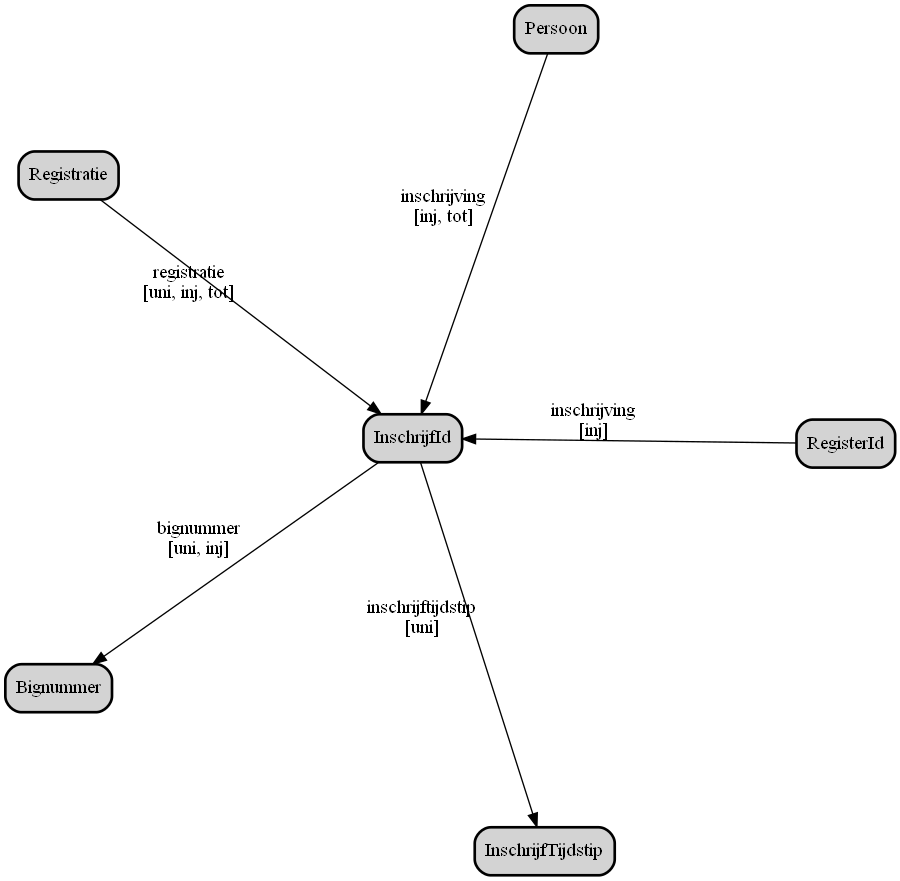
The Graphviz diagram docs/images/CDConceptInschrijfId.png in gedelaar/BIG, before a commit. Its source is kept beside it as docs/images/CDConceptInschrijfId.gv.
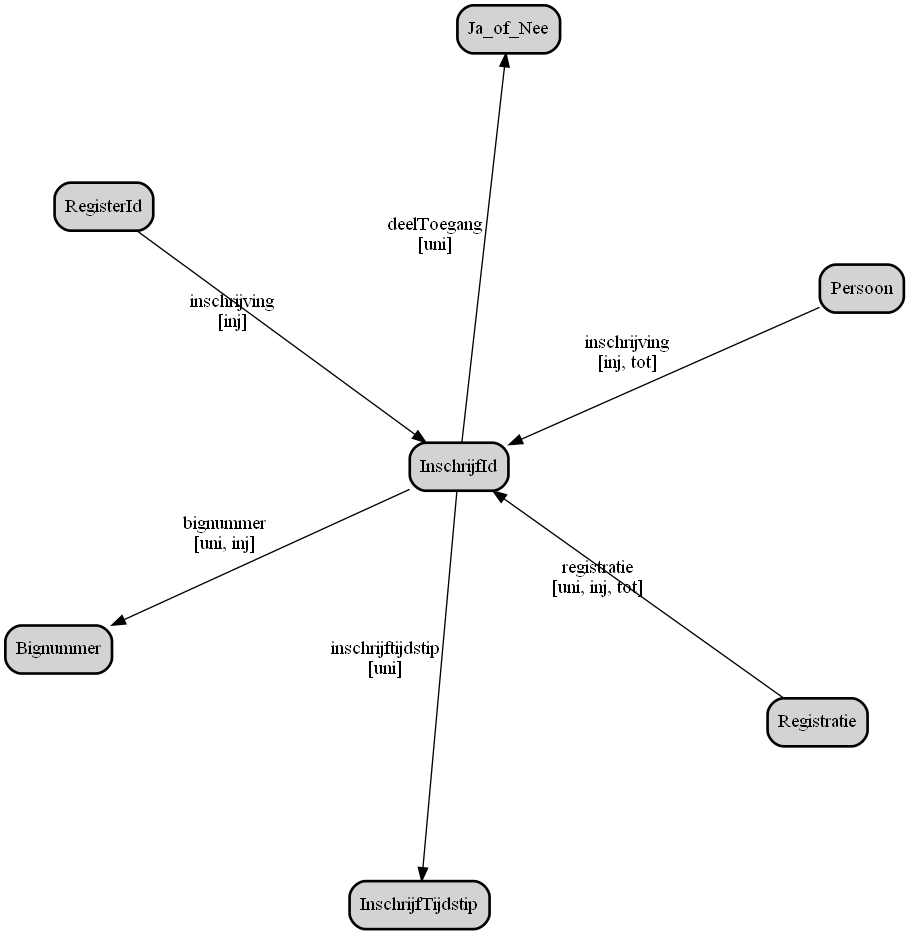
Above is the later version.

What changed in the source:
```diff
@@ -24,10 +24,12 @@
 	cpt_2 -> cpt_1	[label="bignummer\n[uni, inj]"];
 	cpt_3	[label=InschrijfTijdstip];
 	cpt_2 -> cpt_3	[label="inschrijftijdstip\n[uni]"];
-	cpt_4	[label=Persoon];
-	cpt_4 -> cpt_2	[label="inschrijving\n[inj, tot]"];
-	cpt_5	[label=RegisterId];
-	cpt_5 -> cpt_2	[label="inschrijving\n[inj]"];
-	cpt_6	[label=Registratie];
-	cpt_6 -> cpt_2	[label="registratie\n[uni, inj, tot]"];
+	cpt_4	[label=Ja_of_Nee];
+	cpt_2 -> cpt_4	[label="deelToegang\n[uni]"];
+	cpt_5	[label=Persoon];
+	cpt_5 -> cpt_2	[label="inschrijving\n[inj, tot]"];
+	cpt_6	[label=RegisterId];
+	cpt_6 -> cpt_2	[label="inschrijving\n[inj]"];
+	cpt_7	[label=Registratie];
+	cpt_7 -> cpt_2	[label="registratie\n[uni, inj, tot]"];
 }
```
